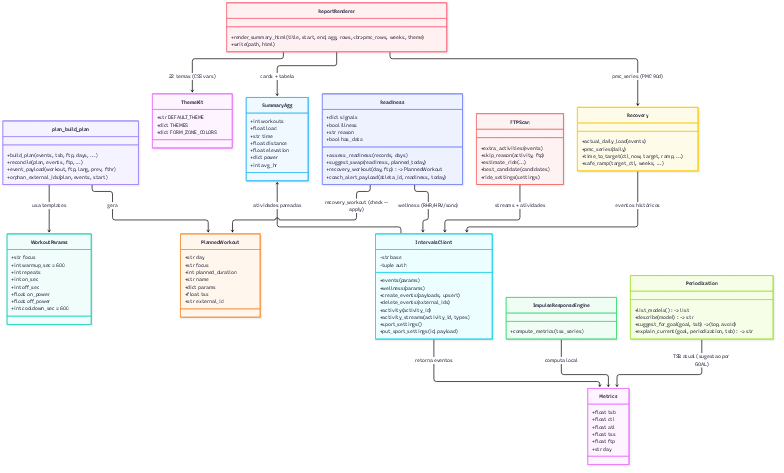
This is docs/diagramas/classes.png from valdelin/Hermes-coach, a Mermaid export, as it was before one commit. Its source is kept beside it as docs/diagramas/classes.mmd.
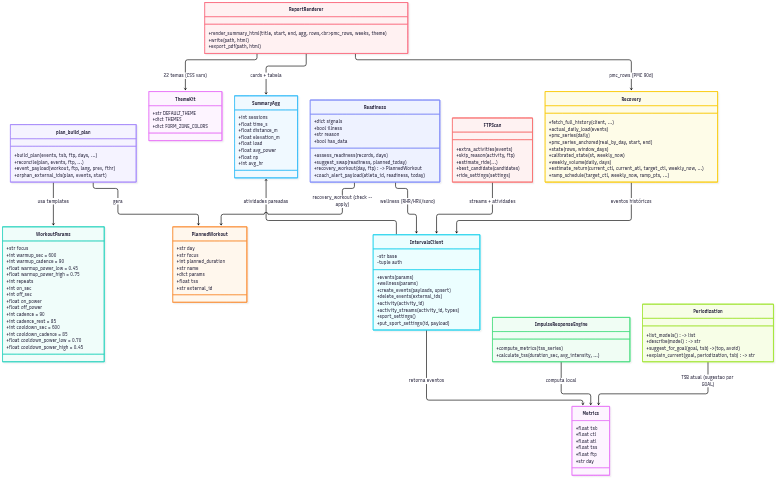
After the commit.

What changed in the source:
```diff
@@ -10,12 +10,20 @@
     class WorkoutParams {
         +str focus
         +int warmup_sec = 600
+        +int warmup_cadence = 90
+        +float warmup_power_low = 0.45
+        +float warmup_power_high = 0.75
         +int repeats
         +int on_sec
         +int off_sec
         +float on_power
         +float off_power
+        +int cadence = 90
+        +int cadence_rest = 85
         +int cooldown_sec = 600
+        +int cooldown_cadence = 85
+        +float cooldown_power_low = 0.70
+        +float cooldown_power_high = 0.45
     }
     class PlannedWorkout {
         +str day
@@ -40,6 +48,7 @@
     }
     class ImpulseResponseEngine {
         +compute_metrics(tss_series)
+        +calculate_tss(duration_sec, avg_intensity, ...)
     }
     class plan_build_plan {
         +build_plan(events, tsb, ftp, days, ...)
@@ -55,10 +64,15 @@
         +ride_settings(settings)
     }
     class Recovery {
+        +fetch_full_history(client, ...)
         +actual_daily_load(events)
         +pmc_series(daily)
-        +time_to_target(ctl_now, target, ramp, ...)
-        +safe_ramp(target_ctl, weeks, ...)
+        +pmc_series_anchored(real_by_day, start, end)
+        +state(rows, window_days)
+        +calibrated_state(st, weekly_now)
+        +weekly_volume(daily, days)
+        +estimate_return(current_ctl, current_atl, target_ctl, weekly_now, ...)
+        +ramp_schedule(target_ctl, weekly_now, ramp_pts, ...)
     }
     class Readiness {
         +dict signals
@@ -77,17 +91,19 @@
         +explain_current(goal, periodization, tsb) -> str
     }
     class SummaryAgg {
-        +int workouts
+        +int sessions
+        +float time_s
+        +float distance_m
+        +float elevation_m
         +float load
-        +str time
-        +float distance
-        +float elevation
-        +dict power
+        +float avg_power
+        +float np
         +int avg_hr
     }
     class ReportRenderer {
         +render_summary_html(title, start, end, agg, rows,<br/>pmc_rows, weeks, theme)
         +write(path, html)
+        +export_pdf(path, html)
     }
     class ThemeKit {
         +str DEFAULT_THEME
@@ -107,4 +123,4 @@
     SummaryAgg <-- IntervalsClient : atividades pareadas
     ReportRenderer --> ThemeKit : 22 temas (CSS vars)
     ReportRenderer --> SummaryAgg : cards + tabela
-    ReportRenderer --> Recovery : pmc_series (PMC 90d)
+    ReportRenderer --> Recovery : pmc_rows (PMC 90d)
```
